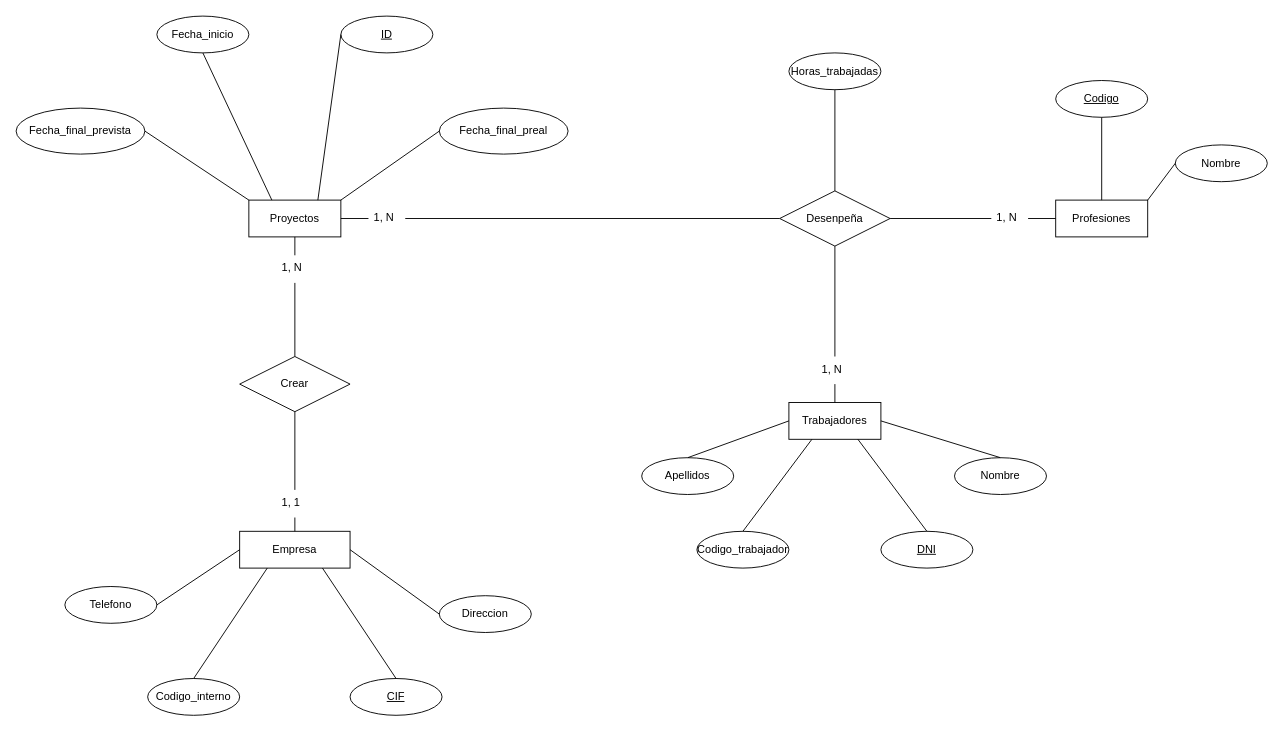
Before: Actividad_12_C3_UD12.drawio in jordimall/jmg-tsys-ta12diagramasER-drawio-111023, a draw.io diagram. Source tidied: cells renumbered, new cells numbered last; positions are measured from the earlier drawing's top-left corner, leaving out a move shared by most shapes. Both pictures are drawn from the tidied source at 92%, with x=0, y=0 at pixel (16, 16).
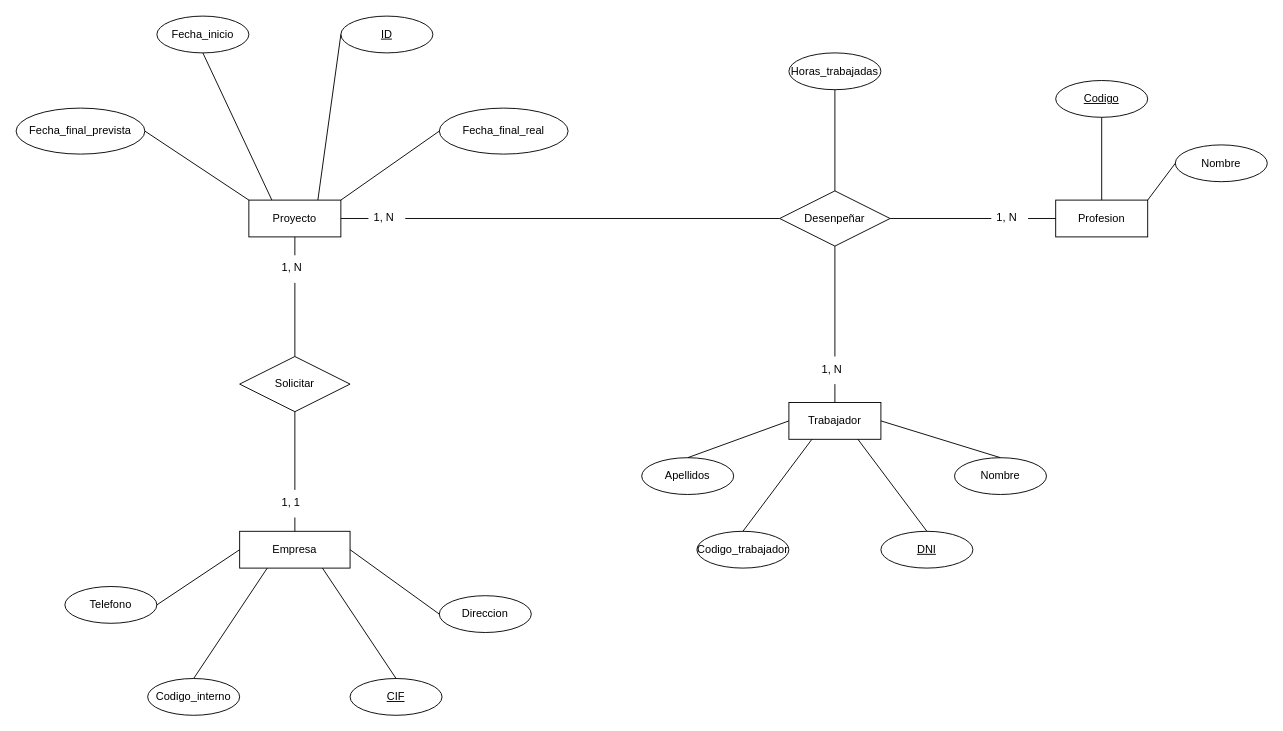
The same page after the edit.

Change to the diagram source:
```diff
@@
-    <mxCell id="3" value="Proyectos" style="whiteSpace=wrap;html=1;align=center;" parent="1" vertex="1">
+    <mxCell id="3" value="Proyecto" style="whiteSpace=wrap;html=1;align=center;" parent="1" vertex="1">
       <mxGeometry x="253" y="200" width="100" height="40" as="geometry" />
     </mxCell>
-    <mxCell id="4" value="Trabajadores" style="whiteSpace=wrap;html=1;align=center;" parent="1" vertex="1">
+    <mxCell id="4" value="Trabajador" style="whiteSpace=wrap;html=1;align=center;" parent="1" vertex="1">
       <mxGeometry x="840" y="420" width="100" height="40" as="geometry" />
     </mxCell>
-    <mxCell id="5" value="Profesiones" style="whiteSpace=wrap;html=1;align=center;" parent="1" vertex="1">
+    <mxCell id="5" value="Profesion" style="whiteSpace=wrap;html=1;align=center;" parent="1" vertex="1">
       <mxGeometry x="1130" y="200" width="100" height="40" as="geometry" />
     </mxCell>
@@
-    <mxCell id="12" value="Fecha_final_preal" style="ellipse;whiteSpace=wrap;html=1;align=center;" parent="1" vertex="1">
+    <mxCell id="12" value="Fecha_final_real" style="ellipse;whiteSpace=wrap;html=1;align=center;" parent="1" vertex="1">
       <mxGeometry x="460" y="100" width="140" height="50" as="geometry" />
     </mxCell>
@@
-    <mxCell id="20" value="Crear" style="shape=rhombus;perimeter=rhombusPerimeter;whiteSpace=wrap;html=1;align=center;" parent="1" vertex="1">
+    <mxCell id="20" value="Solicitar" style="shape=rhombus;perimeter=rhombusPerimeter;whiteSpace=wrap;html=1;align=center;" parent="1" vertex="1">
       <mxGeometry x="243" y="370" width="120" height="60" as="geometry" />
     </mxCell>
@@
-    <mxCell id="31" value="Desenpeña" style="shape=rhombus;perimeter=rhombusPerimeter;whiteSpace=wrap;html=1;align=center;" parent="1" vertex="1">
+    <mxCell id="31" value="Desenpeñar" style="shape=rhombus;perimeter=rhombusPerimeter;whiteSpace=wrap;html=1;align=center;" parent="1" vertex="1">
       <mxGeometry x="830" y="190" width="120" height="60" as="geometry" />
     </mxCell>
```
